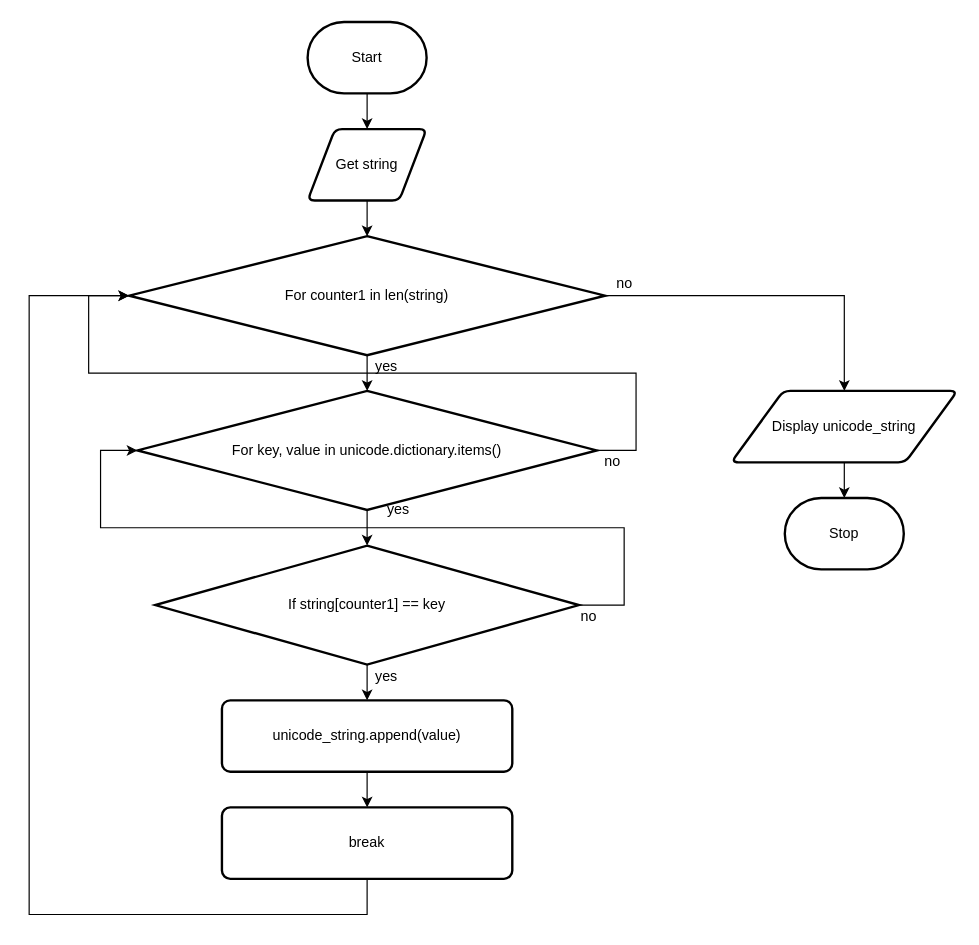
Before: page "Flowchart" (1 of 2) of design.drawio in Samuel-Webster-178/ICS3U-Unit6-Unit6-06-Python, a draw.io diagram. Source tidied: cells renumbered, new cells numbered last; positions are measured from the earlier drawing's top-left corner, leaving out a move shared by most shapes. Both pictures are drawn from the tidied source at 119%, with x=0, y=0 at pixel (29, 21).
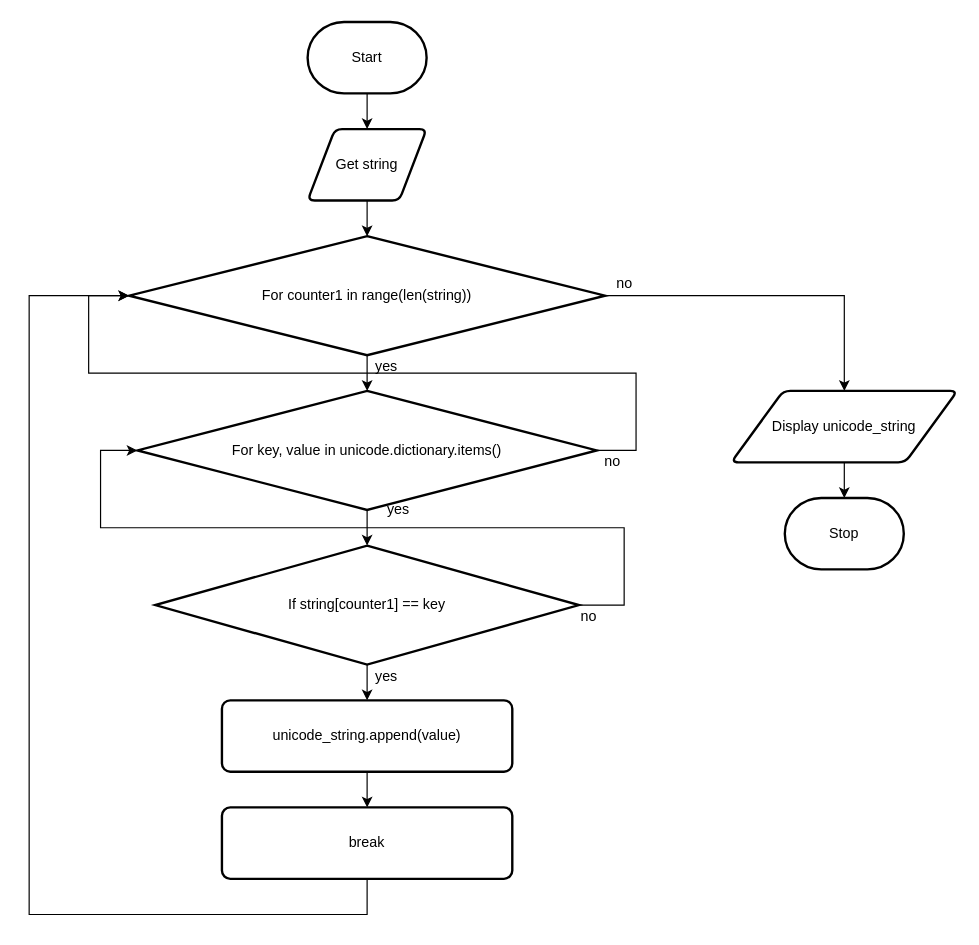
After the change.

What changed in the source:
```diff
@@
-    <mxCell id="13" value="For counter1 in len(string)" style="strokeWidth=2;html=1;shape=mxgraph.flowchart.decision;whiteSpace=wrap;" parent="1" vertex="1">
+    <mxCell id="13" value="For counter1 in range(len(string))" style="strokeWidth=2;html=1;shape=mxgraph.flowchart.decision;whiteSpace=wrap;" parent="1" vertex="1">
       <mxGeometry x="84" y="180" width="400" height="100" as="geometry" />
     </mxCell>
```
